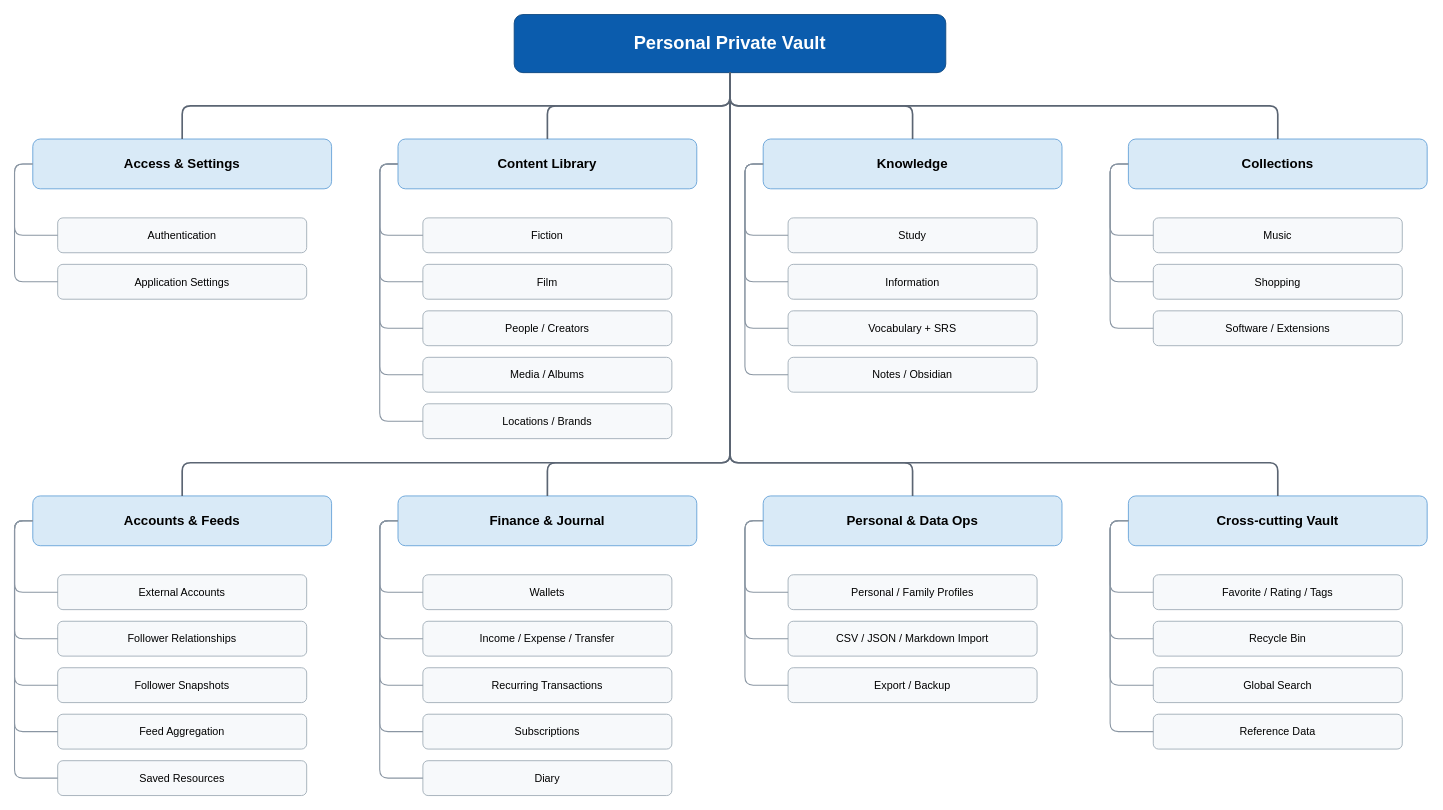
Before: docs/architecture/diagrams/source/functional-decomposition.drawio in vhvkhangg/personal-private-vault, a draw.io diagram. Source tidied: cells renumbered, new cells numbered last; positions are measured from the earlier drawing's top-left corner, leaving out a move shared by most shapes. Both pictures are drawn from the tidied source at 83%, with x=0, y=0 at pixel (14, 14).
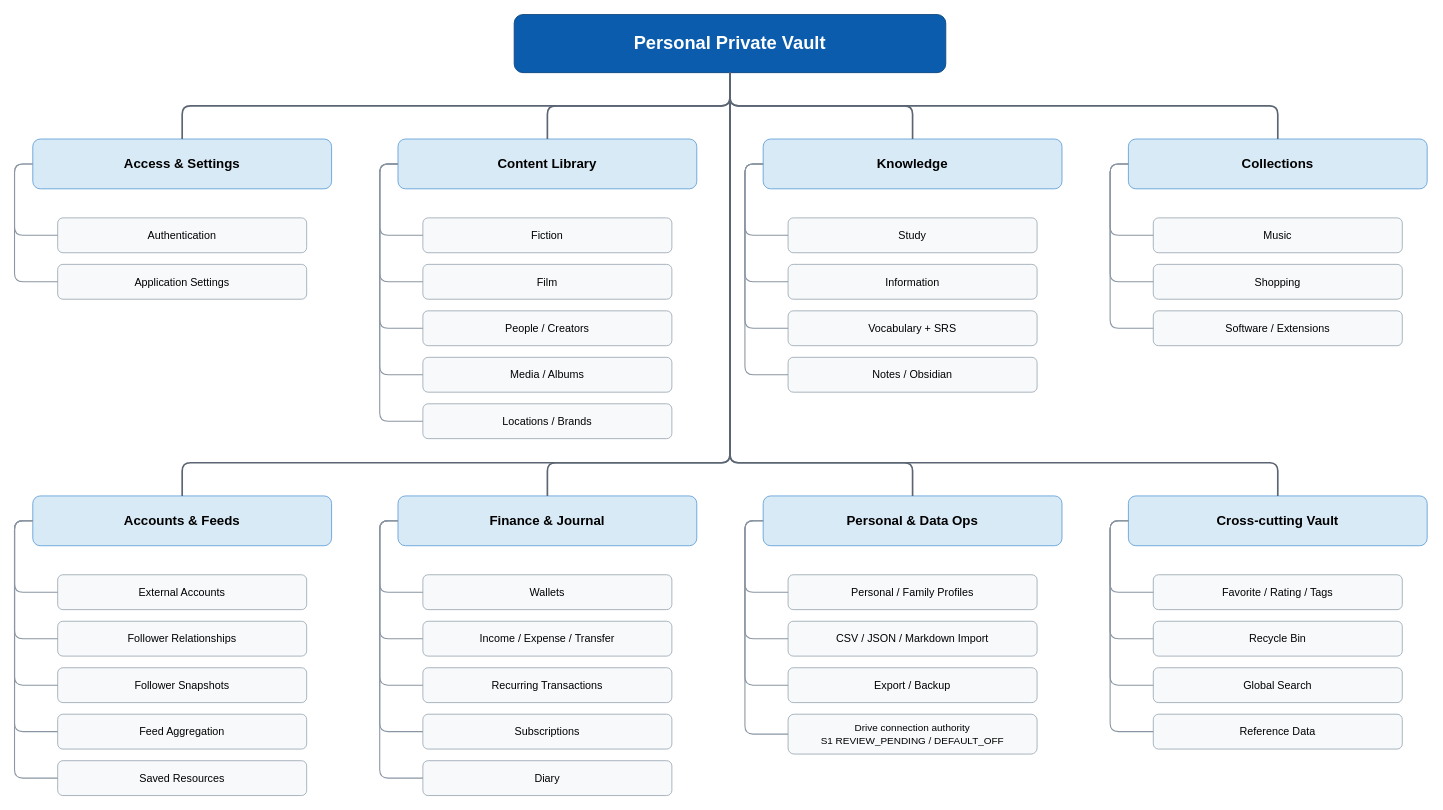
The same page after the edit.

The change refers to these unchanged cells:
```xml
<mxCell id="33" value="Personal &amp;amp; Data Ops" style="rounded=1;whiteSpace=wrap;html=1;fillColor=#D9EAF7;strokeColor=#5B9BD5;fontSize=16;fontStyle=1;align=center;verticalAlign=middle;" parent="1" vertex="1">
  <mxGeometry x="902" y="580" width="360" height="60" as="geometry" />
</mxCell>
```

What changed in the source:
```diff
@@
+    <mxCell id="81" value="Drive connection authority&#10;S1 REVIEW_PENDING / DEFAULT_OFF" style="rounded=1;whiteSpace=wrap;html=1;fillColor=#F7F9FB;strokeColor=#9AA7B2;fontSize=12;align=center;verticalAlign=middle;" parent="1" vertex="1">
+      <mxGeometry x="932" y="843" width="300" height="48" as="geometry" />
+    </mxCell>
+    <mxCell id="82" style="edgeStyle=orthogonalEdgeStyle;rounded=1;endArrow=none;strokeWidth=1.3;strokeColor=#8A96A3;exitX=0;exitY=0.5;entryX=0;entryY=0.5;" parent="1" edge="1" source="33" target="81">
+      <mxGeometry relative="1" as="geometry">
+        <Array as="points">
+          <mxPoint x="880" y="610" />
+          <mxPoint x="880" y="867" />
+        </Array>
+      </mxGeometry>
+    </mxCell>
```
